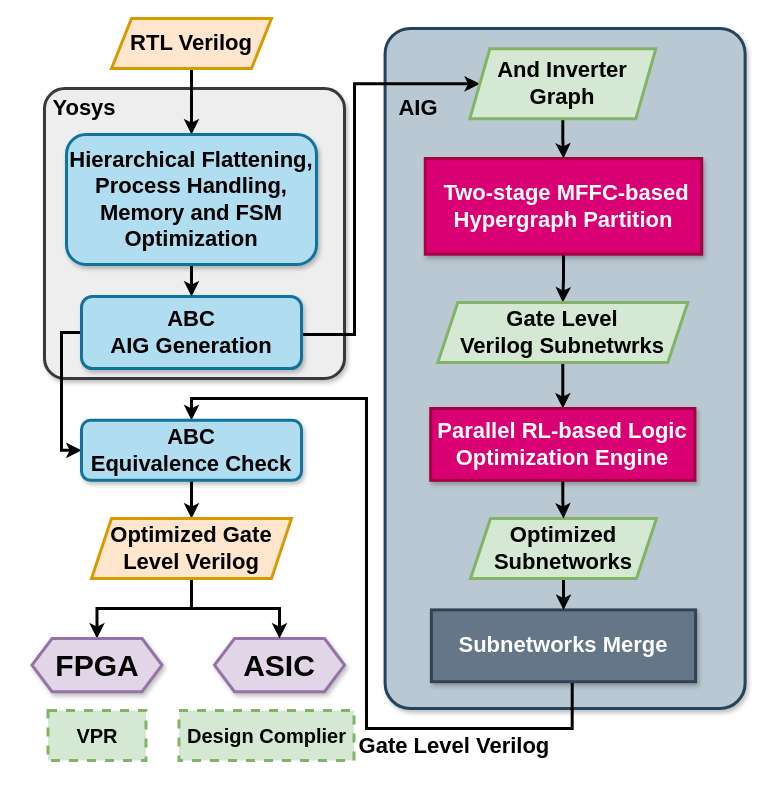
This is experimentFlow.drawio from kxzhu0505/LogicSynOpt, a draw.io file, before an edit. Source tidied: cells renumbered, new cells numbered last; positions are measured from the earlier drawing's top-left corner, leaving out a move shared by most shapes. Both pictures are drawn from the tidied source at 100%, with x=0, y=0 at pixel (32, 18).
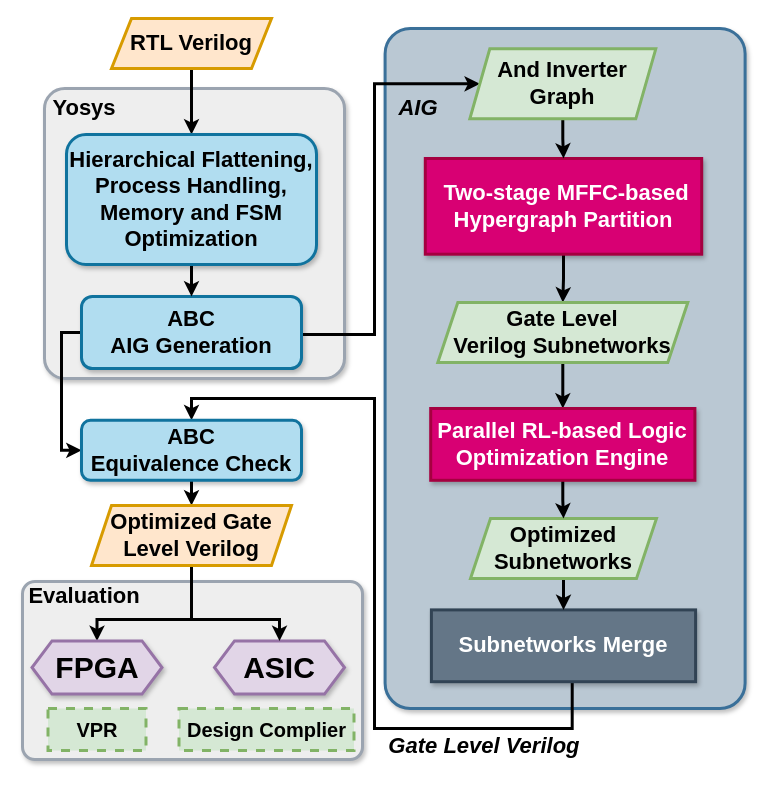
Above is the later version.

The change refers to these unchanged cells:
```xml
<mxCell id="12" value="&lt;b style=&quot;&quot;&gt;&lt;font style=&quot;font-size: 22px;&quot;&gt;Subnetworks Merge&lt;/font&gt;&lt;/b&gt;" style="rounded=0;whiteSpace=wrap;html=1;fillColor=#647687;fontColor=#ffffff;strokeColor=#314354;strokeWidth=3;shadow=1;" parent="1" vertex="1">
  <mxGeometry x="398.9" y="591.4" width="264.2" height="71.8" as="geometry" />
</mxCell>
<mxCell id="16" value="&lt;b style=&quot;font-size: 22px;&quot;&gt;And Inverter Graph&lt;/b&gt;" style="shape=parallelogram;perimeter=parallelogramPerimeter;whiteSpace=wrap;html=1;fixedSize=1;fillColor=#d5e8d4;strokeColor=#82b366;strokeWidth=3;" parent="1" vertex="1">
  <mxGeometry x="437.3" y="30.3" width="186" height="70" as="geometry" />
</mxCell>
<mxCell id="22" value="&lt;div&gt;&lt;font style=&quot;font-size: 22px;&quot;&gt;&lt;b&gt;ABC&lt;/b&gt;&lt;/font&gt;&lt;/div&gt;&lt;font style=&quot;font-size: 22px;&quot;&gt;&lt;b&gt;AIG Generation&lt;/b&gt;&lt;/font&gt;" style="rounded=1;whiteSpace=wrap;html=1;fillColor=#b1ddf0;strokeColor=#10739e;strokeWidth=3;shadow=1;" parent="1" vertex="1">
  <mxGeometry x="49" y="278" width="220" height="72" as="geometry" />
</mxCell>
<mxCell id="25" value="&lt;font style=&quot;font-size: 22px;&quot;&gt;&lt;b&gt;ABC&lt;/b&gt;&lt;/font&gt;&lt;div&gt;&lt;span style=&quot;font-size: 22px;&quot;&gt;&lt;b&gt;Equivalence Check&lt;/b&gt;&lt;/span&gt;&lt;/div&gt;" style="rounded=1;whiteSpace=wrap;html=1;fillColor=#b1ddf0;strokeColor=#10739e;strokeWidth=3;shadow=1;" parent="1" vertex="1">
  <mxGeometry x="49" y="401.8" width="220" height="60" as="geometry" />
</mxCell>
```

Change to the diagram source:
```diff
@@
+    <mxCell id="35" style="rounded=1;whiteSpace=wrap;html=1;fillColor=#eeeeee;strokeColor=#9BA4B0;strokeWidth=3;shadow=1;arcSize=7;" parent="1" vertex="1">
+      <mxGeometry x="-10" y="563" width="340" height="178" as="geometry" />
+    </mxCell>
-    <mxCell id="2" style="rounded=1;whiteSpace=wrap;html=1;fillColor=#bac8d3;strokeColor=#23445d;strokeWidth=3;shadow=1;arcSize=7;textShadow=1;" parent="1" vertex="1">
+    <mxCell id="2" style="rounded=1;whiteSpace=wrap;html=1;fillColor=#bac8d3;strokeColor=#3A7099;strokeWidth=3;shadow=1;arcSize=7;textShadow=1;" parent="1" vertex="1">
       <mxGeometry x="352.6" y="10" width="360" height="680" as="geometry" />
     </mxCell>
     <mxCell id="3" value="&lt;font face=&quot;Helvetica&quot; size=&quot;1&quot;&gt;&lt;b style=&quot;font-size: 30px;&quot;&gt;ASIC&lt;/b&gt;&lt;/font&gt;" style="shape=hexagon;perimeter=hexagonPerimeter2;whiteSpace=wrap;html=1;fixedSize=1;strokeColor=#9673a6;fillColor=#e1d5e7;strokeWidth=3;shadow=1;" parent="1" vertex="1">
-      <mxGeometry x="182" y="620" width="130" height="53.2" as="geometry" />
+      <mxGeometry x="182" y="622.4" width="130" height="53.2" as="geometry" />
     </mxCell>
     <mxCell id="4" value="&lt;b style=&quot;&quot;&gt;&lt;font style=&quot;font-size: 20px;&quot;&gt;Design Complier&lt;/font&gt;&lt;/b&gt;" style="rounded=0;whiteSpace=wrap;html=1;dashed=1;perimeterSpacing=3;strokeWidth=3;fillColor=#d5e8d4;strokeColor=#82b366;" parent="1" vertex="1">
-      <mxGeometry x="146.5" y="692" width="175" height="50" as="geometry" />
+      <mxGeometry x="146.5" y="690" width="175" height="42" as="geometry" />
     </mxCell>
-    <mxCell id="5" style="rounded=1;whiteSpace=wrap;html=1;fillColor=#eeeeee;strokeColor=#36393d;strokeWidth=3;shadow=1;arcSize=7;" parent="1" vertex="1">
+    <mxCell id="5" style="rounded=1;whiteSpace=wrap;html=1;fillColor=#eeeeee;strokeColor=#9BA4B0;strokeWidth=3;shadow=1;arcSize=7;" parent="1" vertex="1">
       <mxGeometry x="12" y="70" width="300" height="290" as="geometry" />
     </mxCell>
     <mxCell id="6" style="endArrow=classic;html=1;rounded=0;strokeWidth=3;entryX=0;entryY=0.5;entryDx=0;entryDy=0;edgeStyle=orthogonalEdgeStyle;exitX=1;exitY=0.5;exitDx=0;exitDy=0;" parent="1" edge="1" source="22" target="16">
       <mxGeometry relative="1" as="geometry">
         <Array as="points">
           <mxPoint x="269" y="316" />
-          <mxPoint x="322" y="316" />
-          <mxPoint x="322" y="65" />
+          <mxPoint x="342" y="316" />
+          <mxPoint x="342" y="65" />
         </Array>
       </mxGeometry>
     </mxCell>
     <mxCell id="7" style="endArrow=classic;html=1;rounded=0;strokeWidth=3;edgeStyle=orthogonalEdgeStyle;exitX=0.533;exitY=1.005;exitDx=0;exitDy=0;exitPerimeter=0;entryX=0.5;entryY=0;entryDx=0;entryDy=0;" parent="1" edge="1" source="12" target="25">
       <mxGeometry relative="1" as="geometry">
         <Array as="points">
           <mxPoint x="540" y="710" />
-          <mxPoint x="334" y="710" />
-          <mxPoint x="334" y="380" />
+          <mxPoint x="342" y="710" />
+          <mxPoint x="342" y="380" />
           <mxPoint x="159" y="380" />
         </Array>
       </mxGeometry>
     </mxCell>
-    <mxCell id="8" value="&lt;b style=&quot;&quot;&gt;&lt;font style=&quot;font-size: 22px;&quot;&gt;AIG&amp;nbsp;&lt;/font&gt;&lt;/b&gt;" style="text;html=1;align=center;verticalAlign=middle;whiteSpace=wrap;rounded=0;" parent="1" vertex="1">
+    <mxCell id="8" value="&lt;b style=&quot;&quot;&gt;&lt;font style=&quot;font-size: 22px;&quot;&gt;&lt;i&gt;AIG&amp;nbsp;&lt;/i&gt;&lt;/font&gt;&lt;/b&gt;" style="text;html=1;align=center;verticalAlign=middle;whiteSpace=wrap;rounded=0;" parent="1" vertex="1">
       <mxGeometry x="351.5" y="84.8" width="74.1" height="10.2" as="geometry" />
     </mxCell>
@@
-    <mxCell id="18" value="&lt;div&gt;&lt;b&gt;&lt;font style=&quot;font-size: 22px;&quot;&gt;Gate Level Verilog&lt;/font&gt;&lt;/b&gt;&lt;b style=&quot;background-color: initial;&quot;&gt;&lt;font style=&quot;font-size: 22px;&quot;&gt;&amp;nbsp;Subnetwrks&lt;/font&gt;&lt;/b&gt;&lt;/div&gt;" style="shape=parallelogram;perimeter=parallelogramPerimeter;whiteSpace=wrap;html=1;fixedSize=1;fillColor=#d5e8d4;strokeColor=#82b366;strokeWidth=3;" parent="1" vertex="1">
+    <mxCell id="18" value="&lt;div&gt;&lt;b&gt;&lt;font style=&quot;font-size: 22px;&quot;&gt;Gate Level Verilog&lt;/font&gt;&lt;/b&gt;&lt;b style=&quot;background-color: initial;&quot;&gt;&lt;font style=&quot;font-size: 22px;&quot;&gt;&amp;nbsp;Subnetworks&lt;/font&gt;&lt;/b&gt;&lt;/div&gt;" style="shape=parallelogram;perimeter=parallelogramPerimeter;whiteSpace=wrap;html=1;fixedSize=1;fillColor=#d5e8d4;strokeColor=#82b366;strokeWidth=3;" parent="1" vertex="1">
       <mxGeometry x="405.3" y="284" width="250" height="60" as="geometry" />
     </mxCell>
@@
-    <mxCell id="23" value="&lt;b style=&quot;&quot;&gt;&lt;font style=&quot;font-size: 22px;&quot;&gt;Gate Level Verilog&amp;nbsp;&lt;/font&gt;&lt;/b&gt;" style="text;html=1;align=center;verticalAlign=middle;whiteSpace=wrap;rounded=0;" parent="1" vertex="1">
-      <mxGeometry x="321.5" y="723" width="205.9" height="10.2" as="geometry" />
+    <mxCell id="23" value="&lt;b style=&quot;&quot;&gt;&lt;font style=&quot;font-size: 22px;&quot;&gt;&lt;i&gt;Gate Level Verilog&amp;nbsp;&lt;/i&gt;&lt;/font&gt;&lt;/b&gt;" style="text;html=1;align=center;verticalAlign=middle;whiteSpace=wrap;rounded=0;" parent="1" vertex="1">
+      <mxGeometry x="351.5" y="723" width="205.9" height="10.2" as="geometry" />
     </mxCell>
@@
-    <mxCell id="26" style="edgeStyle=orthogonalEdgeStyle;rounded=0;jettySize=auto;html=1;entryX=0.5;entryY=0;entryDx=0;entryDy=0;strokeWidth=3;" parent="1" edge="1" source="28" target="29">
-      <mxGeometry relative="1" as="geometry" />
+    <mxCell id="26" style="edgeStyle=orthogonalEdgeStyle;rounded=0;jettySize=auto;html=1;entryX=0.5;entryY=0;entryDx=0;entryDy=0;strokeWidth=3;" parent="1" edge="1" target="29">
+      <mxGeometry relative="1" as="geometry">
+        <mxPoint x="159" y="538" as="sourcePoint" />
+        <Array as="points">
+          <mxPoint x="159" y="601" />
+          <mxPoint x="65" y="601" />
+        </Array>
+      </mxGeometry>
     </mxCell>
-    <mxCell id="27" style="edgeStyle=orthogonalEdgeStyle;rounded=0;jettySize=auto;html=1;entryX=0.5;entryY=0;entryDx=0;entryDy=0;strokeWidth=3;" parent="1" edge="1" source="28" target="3">
-      <mxGeometry relative="1" as="geometry" />
+    <mxCell id="27" style="edgeStyle=orthogonalEdgeStyle;rounded=0;jettySize=auto;html=1;entryX=0.5;entryY=0;entryDx=0;entryDy=0;strokeWidth=3;" parent="1" edge="1" target="3">
+      <mxGeometry relative="1" as="geometry">
+        <mxPoint x="159" y="538" as="sourcePoint" />
+        <Array as="points">
+          <mxPoint x="159" y="601" />
+          <mxPoint x="247" y="601" />
+        </Array>
+      </mxGeometry>
     </mxCell>
     <mxCell id="28" value="&lt;b style=&quot;&quot;&gt;&lt;font style=&quot;font-size: 22px;&quot;&gt;Optimized Gate Level Verilog&lt;/font&gt;&lt;/b&gt;" style="shape=parallelogram;perimeter=parallelogramPerimeter;whiteSpace=wrap;html=1;fixedSize=1;fillColor=#ffe6cc;strokeColor=#d79b00;strokeWidth=3;" parent="1" vertex="1">
-      <mxGeometry x="59" y="500" width="200" height="60" as="geometry" />
+      <mxGeometry x="59" y="487" width="200" height="60" as="geometry" />
     </mxCell>
     <mxCell id="29" value="&lt;span style=&quot;font-size: 30px;&quot;&gt;&lt;b&gt;FPGA&lt;/b&gt;&lt;/span&gt;" style="shape=hexagon;perimeter=hexagonPerimeter2;whiteSpace=wrap;html=1;fixedSize=1;strokeColor=#9673a6;fillColor=#e1d5e7;strokeWidth=3;shadow=1;" parent="1" vertex="1">
-      <mxGeometry x="-0.5" y="620" width="130" height="53.2" as="geometry" />
+      <mxGeometry x="-0.5" y="622.4" width="130" height="53.2" as="geometry" />
     </mxCell>
@@
     <mxCell id="32" value="&lt;font size=&quot;1&quot; style=&quot;&quot;&gt;&lt;b style=&quot;font-size: 20px;&quot;&gt;VPR&lt;/b&gt;&lt;/font&gt;" style="rounded=0;whiteSpace=wrap;html=1;dashed=1;perimeterSpacing=3;strokeWidth=3;fillColor=#d5e8d4;strokeColor=#82b366;" parent="1" vertex="1">
-      <mxGeometry x="15.5" y="692" width="98" height="50" as="geometry" />
+      <mxGeometry x="15.5" y="690" width="98" height="42" as="geometry" />
     </mxCell>
@@
+    <mxCell id="36" value="&lt;font style=&quot;font-size: 22px;&quot;&gt;&lt;b&gt;Evaluation&lt;/b&gt;&lt;/font&gt;" style="text;html=1;align=center;verticalAlign=middle;whiteSpace=wrap;rounded=0;" parent="1" vertex="1">
+      <mxGeometry x="-3" y="563" width="110" height="30" as="geometry" />
+    </mxCell>
```
